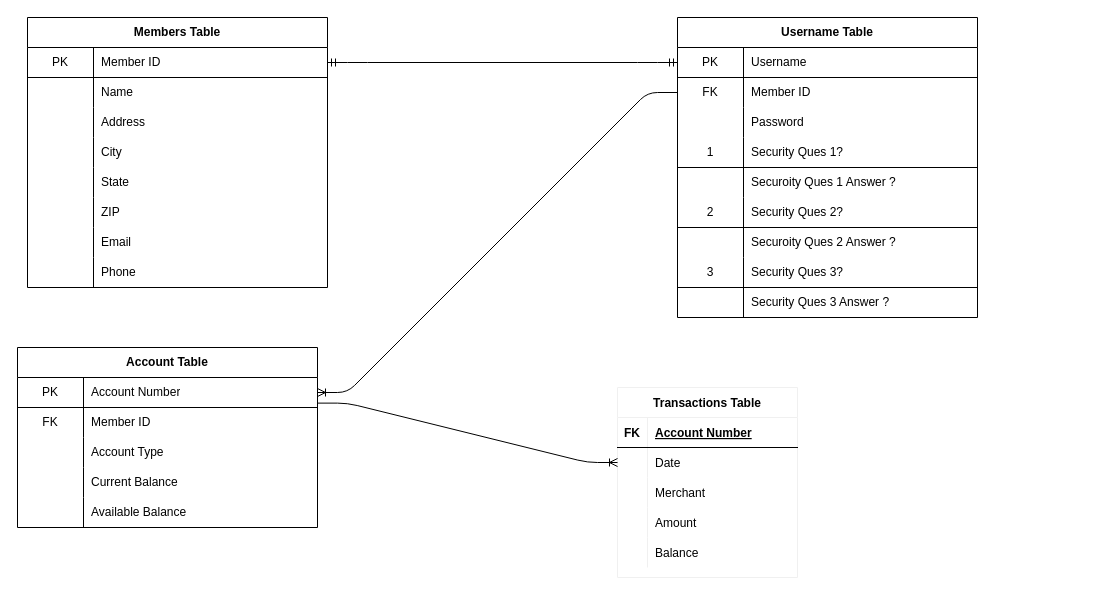
Before: page "Database Templates" (6 of 6) of Backend.drawio in k5tuck/RedClover, a draw.io diagram. Source tidied: cells renumbered, new cells numbered last; positions are measured from the earlier drawing's top-left corner, leaving out a move shared by most shapes. Both pictures are drawn from the tidied source at 100%, with x=0, y=0 at pixel (17, 17).
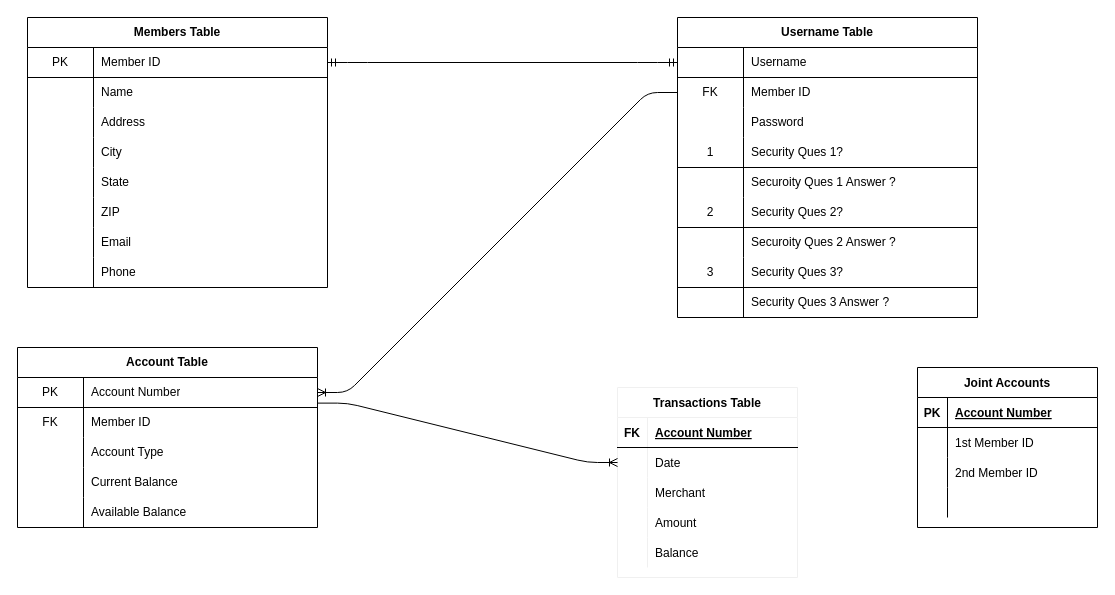
The same diagram, later.

The change refers to these unchanged cells:
```xml
<mxCell id="28" style="shape=partialRectangle;html=1;whiteSpace=wrap;fillColor=none;top=0;left=0;bottom=1;right=0;points=[[0,0.5],[1,0.5]];portConstraint=eastwest;" parent="27" vertex="1">
  <mxGeometry y="30" width="300" height="30" as="geometry" />
</mxCell>
```

The edit, as a diff of the source:
```diff
@@
-    <mxCell id="29" value="PK" style="shape=partialRectangle;html=1;whiteSpace=wrap;fillColor=none;top=0;left=0;bottom=0;right=0;overflow=hidden;" parent="28" vertex="1">
+    <mxCell id="29" style="shape=partialRectangle;html=1;whiteSpace=wrap;fillColor=none;top=0;left=0;bottom=0;right=0;overflow=hidden;" parent="28" vertex="1">
       <mxGeometry width="66" height="30" as="geometry" />
     </mxCell>
@@
+    <mxCell id="90" value="Joint Accounts" style="shape=table;startSize=30;childLayout=tableLayout;rowLines=0;fontStyle=1;align=center;" parent="1" vertex="1">
+      <mxGeometry x="900" y="350" width="180" height="160" as="geometry" />
+    </mxCell>
+    <mxCell id="91" style="shape=partialRectangle;fillColor=none;top=0;left=0;bottom=1;right=0;" parent="90" vertex="1">
+      <mxGeometry y="30" width="180" height="30" as="geometry" />
+    </mxCell>
+    <mxCell id="92" value="PK" style="shape=partialRectangle;fillColor=none;top=0;left=0;bottom=0;right=0;fontStyle=1;overflow=hidden;" parent="91" vertex="1">
+      <mxGeometry width="30" height="30" as="geometry" />
+    </mxCell>
+    <mxCell id="93" value="Account Number" style="shape=partialRectangle;fillColor=none;top=0;left=0;bottom=0;right=0;align=left;spacingLeft=6;fontStyle=5;overflow=hidden;" parent="91" vertex="1">
+      <mxGeometry x="30" width="150" height="30" as="geometry" />
+    </mxCell>
+    <mxCell id="94" style="shape=partialRectangle;fillColor=none;top=0;left=0;bottom=0;right=0;" parent="90" vertex="1">
+      <mxGeometry y="60" width="180" height="30" as="geometry" />
+    </mxCell>
+    <mxCell id="95" style="shape=partialRectangle;fillColor=none;top=0;left=0;bottom=0;right=0;overflow=hidden;" parent="94" vertex="1">
+      <mxGeometry width="30" height="30" as="geometry" />
+    </mxCell>
+    <mxCell id="96" value="1st Member ID" style="shape=partialRectangle;fillColor=none;top=0;left=0;bottom=0;right=0;align=left;spacingLeft=6;overflow=hidden;" parent="94" vertex="1">
+      <mxGeometry x="30" width="150" height="30" as="geometry" />
+    </mxCell>
+    <mxCell id="97" style="shape=partialRectangle;fillColor=none;top=0;left=0;bottom=0;right=0;" parent="90" vertex="1">
+      <mxGeometry y="90" width="180" height="30" as="geometry" />
+    </mxCell>
+    <mxCell id="98" style="shape=partialRectangle;fillColor=none;top=0;left=0;bottom=0;right=0;overflow=hidden;" parent="97" vertex="1">
+      <mxGeometry width="30" height="30" as="geometry" />
+    </mxCell>
+    <mxCell id="99" value="2nd Member ID" style="shape=partialRectangle;fillColor=none;top=0;left=0;bottom=0;right=0;align=left;spacingLeft=6;overflow=hidden;" parent="97" vertex="1">
+      <mxGeometry x="30" width="150" height="30" as="geometry" />
+    </mxCell>
+    <mxCell id="100" style="shape=partialRectangle;fillColor=none;top=0;left=0;bottom=0;right=0;" parent="90" vertex="1">
+      <mxGeometry y="120" width="180" height="30" as="geometry" />
+    </mxCell>
+    <mxCell id="101" style="shape=partialRectangle;fillColor=none;top=0;left=0;bottom=0;right=0;overflow=hidden;" parent="100" vertex="1">
+      <mxGeometry width="30" height="30" as="geometry" />
+    </mxCell>
+    <mxCell id="102" style="shape=partialRectangle;fillColor=none;top=0;left=0;bottom=0;right=0;align=left;spacingLeft=6;overflow=hidden;" parent="100" vertex="1">
+      <mxGeometry x="30" width="150" height="30" as="geometry" />
+    </mxCell>
```
